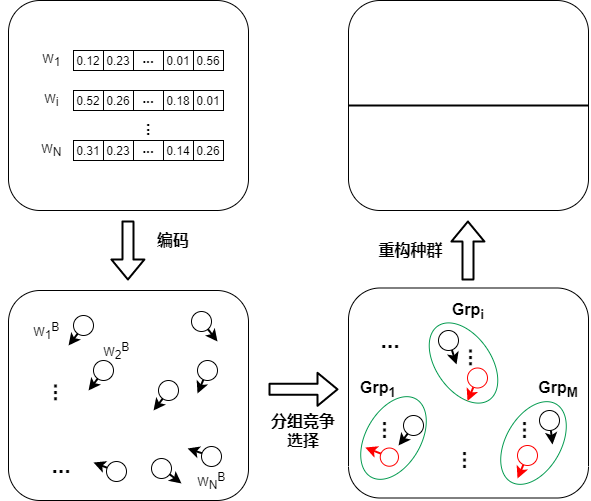
The draw.io diagram Untitled Diagram.png in Pcyslist/MY_EA-LSTM, before a commit. Source tidied: cells renumbered, new cells last; positions are measured from the earlier drawing's top-left corner, leaving out a move shared by most shapes.
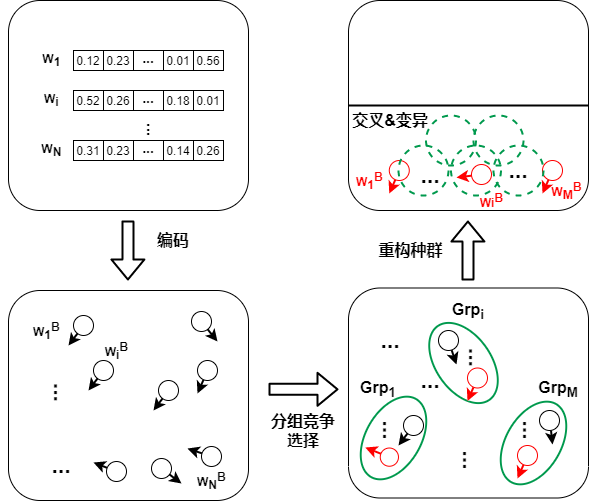
Later version of the same file.

Change to the diagram source:
```diff
@@ -68,13 +68,13 @@
     <mxCell id="23" value="&lt;b&gt;&lt;font style=&quot;font-size: 16px&quot;&gt;...&lt;/font&gt;&lt;/b&gt;" style="text;html=1;strokeColor=none;fillColor=none;align=center;verticalAlign=middle;whiteSpace=wrap;rounded=0;rotation=90;" parent="4" vertex="1">
       <mxGeometry x="100" y="70" width="40" height="20" as="geometry" />
     </mxCell>
-    <mxCell id="24" value="W&lt;sub&gt;1&lt;/sub&gt;&amp;nbsp;" style="text;html=1;strokeColor=none;fillColor=none;align=center;verticalAlign=middle;whiteSpace=wrap;rounded=0;" parent="4" vertex="1">
+    <mxCell id="24" value="&lt;b&gt;W&lt;sub&gt;1&lt;/sub&gt;&amp;nbsp;&lt;/b&gt;" style="text;html=1;strokeColor=none;fillColor=none;align=center;verticalAlign=middle;whiteSpace=wrap;rounded=0;" parent="4" vertex="1">
       <mxGeometry width="40" height="20" as="geometry" />
     </mxCell>
-    <mxCell id="25" value="W&lt;sub&gt;N&lt;/sub&gt;&amp;nbsp;" style="text;html=1;strokeColor=none;fillColor=none;align=center;verticalAlign=middle;whiteSpace=wrap;rounded=0;" parent="4" vertex="1">
+    <mxCell id="25" value="&lt;b&gt;W&lt;sub&gt;N&lt;/sub&gt;&amp;nbsp;&lt;/b&gt;" style="text;html=1;strokeColor=none;fillColor=none;align=center;verticalAlign=middle;whiteSpace=wrap;rounded=0;" parent="4" vertex="1">
       <mxGeometry y="90" width="40" height="20" as="geometry" />
     </mxCell>
-    <mxCell id="26" value="W&lt;sub&gt;i&lt;/sub&gt;&amp;nbsp;" style="text;html=1;strokeColor=none;fillColor=none;align=center;verticalAlign=middle;whiteSpace=wrap;rounded=0;" parent="4" vertex="1">
+    <mxCell id="26" value="&lt;b&gt;W&lt;sub&gt;i&lt;/sub&gt;&amp;nbsp;&lt;/b&gt;" style="text;html=1;strokeColor=none;fillColor=none;align=center;verticalAlign=middle;whiteSpace=wrap;rounded=0;" parent="4" vertex="1">
       <mxGeometry y="40" width="40" height="20" as="geometry" />
     </mxCell>
     <mxCell id="27" value="&lt;span style=&quot;font-size: 16px&quot;&gt;&lt;b&gt;编码&lt;/b&gt;&lt;/span&gt;" style="text;html=1;strokeColor=none;fillColor=none;align=center;verticalAlign=middle;whiteSpace=wrap;rounded=0;" parent="1" vertex="1">
@@ -166,13 +166,13 @@
     <mxCell id="51" value="&lt;font style=&quot;font-size: 16px&quot;&gt;&lt;b style=&quot;font-size: 23px&quot;&gt;...&lt;/b&gt;&lt;/font&gt;" style="text;html=1;strokeColor=none;fillColor=none;align=center;verticalAlign=middle;whiteSpace=wrap;rounded=0;rotation=-90;" parent="1" vertex="1">
       <mxGeometry x="20" y="345" width="40" height="95" as="geometry" />
     </mxCell>
-    <mxCell id="52" value="W&lt;sub&gt;1&lt;/sub&gt;&lt;sup&gt;B&lt;/sup&gt;&amp;nbsp;" style="text;html=1;strokeColor=none;fillColor=none;align=center;verticalAlign=middle;whiteSpace=wrap;rounded=0;" parent="1" vertex="1">
+    <mxCell id="52" value="&lt;b&gt;W&lt;sub&gt;1&lt;/sub&gt;&lt;sup&gt;B&lt;/sup&gt;&amp;nbsp;&lt;/b&gt;" style="text;html=1;strokeColor=none;fillColor=none;align=center;verticalAlign=middle;whiteSpace=wrap;rounded=0;" parent="1" vertex="1">
       <mxGeometry x="20" y="320" width="40" height="20" as="geometry" />
     </mxCell>
-    <mxCell id="53" value="W&lt;sub&gt;2&lt;/sub&gt;&lt;sup&gt;B&lt;/sup&gt;&amp;nbsp;" style="text;html=1;strokeColor=none;fillColor=none;align=center;verticalAlign=middle;whiteSpace=wrap;rounded=0;" parent="1" vertex="1">
+    <mxCell id="53" value="&lt;b&gt;W&lt;sub&gt;i&lt;/sub&gt;&lt;sup&gt;B&lt;/sup&gt;&amp;nbsp;&lt;/b&gt;" style="text;html=1;strokeColor=none;fillColor=none;align=center;verticalAlign=middle;whiteSpace=wrap;rounded=0;" parent="1" vertex="1">
       <mxGeometry x="90" y="340" width="40" height="20" as="geometry" />
     </mxCell>
-    <mxCell id="54" value="W&lt;sub&gt;N&lt;/sub&gt;&lt;sup&gt;B&lt;/sup&gt;&amp;nbsp;" style="text;html=1;strokeColor=none;fillColor=none;align=center;verticalAlign=middle;whiteSpace=wrap;rounded=0;" parent="1" vertex="1">
+    <mxCell id="54" value="&lt;b&gt;W&lt;sub&gt;N&lt;/sub&gt;&lt;sup&gt;B&lt;/sup&gt;&amp;nbsp;&lt;/b&gt;" style="text;html=1;strokeColor=none;fillColor=none;align=center;verticalAlign=middle;whiteSpace=wrap;rounded=0;" parent="1" vertex="1">
       <mxGeometry x="185" y="470" width="40" height="20" as="geometry" />
     </mxCell>
     <mxCell id="55" style="shape=flexArrow;endArrow=classic;html=1;strokeWidth=2;" parent="1" edge="1">
@@ -184,13 +184,13 @@
     <mxCell id="56" value="&lt;font style=&quot;font-size: 16px&quot;&gt;&lt;b&gt;分组竞争选择&lt;/b&gt;&lt;/font&gt;" style="text;html=1;strokeColor=none;fillColor=none;align=center;verticalAlign=middle;whiteSpace=wrap;rounded=0;" parent="1" vertex="1">
       <mxGeometry x="260" y="420" width="70" height="20" as="geometry" />
     </mxCell>
-    <mxCell id="57" style="ellipse;whiteSpace=wrap;html=1;rotation=-60;strokeColor=#00994D;" parent="1" vertex="1">
+    <mxCell id="57" style="ellipse;whiteSpace=wrap;html=1;rotation=-60;strokeColor=#00994D;strokeWidth=2;" parent="1" vertex="1">
       <mxGeometry x="340" y="410" width="90" height="55" as="geometry" />
     </mxCell>
-    <mxCell id="58" style="ellipse;whiteSpace=wrap;html=1;rotation=-125;strokeColor=#00994D;" parent="1" vertex="1">
+    <mxCell id="58" style="ellipse;whiteSpace=wrap;html=1;rotation=-125;strokeColor=#00994D;strokeWidth=2;" parent="1" vertex="1">
       <mxGeometry x="410" y="335" width="90" height="55" as="geometry" />
     </mxCell>
-    <mxCell id="59" style="ellipse;whiteSpace=wrap;html=1;rotation=-60;strokeColor=#00994D;" parent="1" vertex="1">
+    <mxCell id="59" style="ellipse;whiteSpace=wrap;html=1;rotation=-60;strokeColor=#00994D;strokeWidth=2;" parent="1" vertex="1">
       <mxGeometry x="480" y="415" width="90" height="55" as="geometry" />
     </mxCell>
     <mxCell id="60" value="&lt;font style=&quot;font-size: 16px&quot;&gt;&lt;b&gt;Grp&lt;sub&gt;1&lt;/sub&gt;&lt;/b&gt;&lt;/font&gt;" style="text;html=1;strokeColor=none;fillColor=none;align=center;verticalAlign=middle;whiteSpace=wrap;rounded=0;" parent="1" vertex="1">
@@ -317,5 +317,74 @@
         <mxPoint x="580" y="105" as="targetPoint" />
       </mxGeometry>
     </mxCell>
+    <mxCell id="94" style="group;rotation=-15;labelBorderColor=none;noLabel=1;fontColor=none;" parent="1" vertex="1">
+      <mxGeometry x="376.8" y="160" width="25" height="30" as="geometry" />
+    </mxCell>
+    <mxCell id="95" style="edgeStyle=none;rounded=0;jettySize=auto;html=1;startArrow=none;startFill=0;strokeWidth=2;strokeColor=#FF0000;" parent="94" edge="1" source="96">
+      <mxGeometry relative="1" as="geometry">
+        <mxPoint x="4" y="33" as="targetPoint" />
+      </mxGeometry>
+    </mxCell>
+    <mxCell id="96" style="ellipse;whiteSpace=wrap;html=1;rotation=-15;strokeColor=#FF0000;" parent="94" vertex="1">
+      <mxGeometry x="4" width="20" height="20" as="geometry" />
+    </mxCell>
+    <mxCell id="97" style="group;rotation=-15;fillColor=#ffffff;" parent="1" vertex="1">
+      <mxGeometry x="530" y="160" width="25" height="30" as="geometry" />
+    </mxCell>
+    <mxCell id="98" style="edgeStyle=none;rounded=0;jettySize=auto;html=1;startArrow=none;startFill=0;strokeWidth=2;strokeColor=#FF0000;" parent="97" edge="1" source="99">
+      <mxGeometry relative="1" as="geometry">
+        <mxPoint x="4" y="33" as="targetPoint" />
+      </mxGeometry>
+    </mxCell>
+    <mxCell id="99" style="ellipse;whiteSpace=wrap;html=1;rotation=-15;strokeColor=#FF0000;" parent="97" vertex="1">
+      <mxGeometry x="4" width="20" height="20" as="geometry" />
+    </mxCell>
+    <mxCell id="100" style="group;rotation=45;fillColor=#ffffff;" parent="1" vertex="1">
+      <mxGeometry x="455" y="160" width="25" height="30" as="geometry" />
+    </mxCell>
+    <mxCell id="101" style="edgeStyle=none;rounded=0;jettySize=auto;html=1;startArrow=none;startFill=0;strokeWidth=2;strokeColor=#FF0000;" parent="100" edge="1" source="102">
+      <mxGeometry relative="1" as="geometry">
+        <mxPoint x="-7" y="17" as="targetPoint" />
+      </mxGeometry>
+    </mxCell>
+    <mxCell id="102" style="ellipse;whiteSpace=wrap;html=1;rotation=45;strokeColor=#FF0000;" parent="100" vertex="1">
+      <mxGeometry x="8" y="4" width="20" height="20" as="geometry" />
+    </mxCell>
+    <mxCell id="103" value="&lt;b&gt;&lt;font color=&quot;#ff0000&quot;&gt;W&lt;sub&gt;1&lt;/sub&gt;&lt;sup&gt;B&lt;/sup&gt;&amp;nbsp;&lt;/font&gt;&lt;/b&gt;" style="text;html=1;strokeColor=none;fillColor=none;align=center;verticalAlign=middle;whiteSpace=wrap;rounded=0;" parent="1" vertex="1">
+      <mxGeometry x="342.5" y="170" width="40" height="20" as="geometry" />
+    </mxCell>
+    <mxCell id="104" value="&lt;b&gt;&lt;font color=&quot;#ff0000&quot;&gt;Wi&lt;sup&gt;B&lt;/sup&gt;&amp;nbsp;&lt;/font&gt;&lt;/b&gt;" style="text;html=1;strokeColor=none;fillColor=none;align=center;verticalAlign=middle;whiteSpace=wrap;rounded=0;" parent="1" vertex="1">
+      <mxGeometry x="465" y="190" width="40" height="20" as="geometry" />
+    </mxCell>
+    <mxCell id="105" value="&lt;b&gt;&lt;font color=&quot;#ff0000&quot;&gt;W&lt;sub&gt;M&lt;/sub&gt;&lt;sup&gt;B&lt;/sup&gt;&amp;nbsp;&lt;/font&gt;&lt;/b&gt;" style="text;html=1;strokeColor=none;fillColor=none;align=center;verticalAlign=middle;whiteSpace=wrap;rounded=0;" parent="1" vertex="1">
+      <mxGeometry x="540" y="180" width="40" height="20" as="geometry" />
+    </mxCell>
+    <mxCell id="106" value="&lt;font style=&quot;font-size: 16px&quot;&gt;&lt;b style=&quot;font-size: 23px&quot;&gt;...&lt;/b&gt;&lt;/font&gt;" style="text;html=1;strokeColor=none;fillColor=none;align=center;verticalAlign=middle;whiteSpace=wrap;rounded=0;" parent="1" vertex="1">
+      <mxGeometry x="401.8" y="165" width="40" height="20" as="geometry" />
+    </mxCell>
+    <mxCell id="107" value="&lt;font style=&quot;font-size: 16px&quot;&gt;&lt;b style=&quot;font-size: 23px&quot;&gt;...&lt;/b&gt;&lt;/font&gt;" style="text;html=1;strokeColor=none;fillColor=none;align=center;verticalAlign=middle;whiteSpace=wrap;rounded=0;" parent="1" vertex="1">
+      <mxGeometry x="490" y="160" width="40" height="20" as="geometry" />
+    </mxCell>
+    <mxCell id="108" style="ellipse;whiteSpace=wrap;html=1;labelBackgroundColor=#9933FF;fontColor=#000000;fillColor=none;dashed=1;strokeColor=#00994D;strokeWidth=2;" parent="1" vertex="1">
+      <mxGeometry x="390" y="145" width="50" height="50" as="geometry" />
+    </mxCell>
+    <mxCell id="109" value="&lt;font style=&quot;font-size: 16px&quot;&gt;&lt;b style=&quot;font-size: 23px&quot;&gt;...&lt;/b&gt;&lt;/font&gt;" style="text;html=1;strokeColor=none;fillColor=none;align=center;verticalAlign=middle;whiteSpace=wrap;rounded=0;" parent="1" vertex="1">
+      <mxGeometry x="401.8" y="370" width="40" height="20" as="geometry" />
+    </mxCell>
+    <mxCell id="110" style="ellipse;whiteSpace=wrap;html=1;labelBackgroundColor=#9933FF;fontColor=#000000;fillColor=none;dashed=1;strokeColor=#00994D;strokeWidth=2;" parent="1" vertex="1">
+      <mxGeometry x="485" y="145" width="50" height="50" as="geometry" />
+    </mxCell>
+    <mxCell id="111" style="ellipse;whiteSpace=wrap;html=1;labelBackgroundColor=#9933FF;fontColor=#000000;fillColor=none;dashed=1;strokeColor=#00994D;strokeWidth=2;" parent="1" vertex="1">
+      <mxGeometry x="442.5" y="145" width="50" height="50" as="geometry" />
+    </mxCell>
+    <mxCell id="112" style="ellipse;whiteSpace=wrap;html=1;labelBackgroundColor=#9933FF;fontColor=#000000;fillColor=none;dashed=1;strokeColor=#00994D;strokeWidth=2;" parent="1" vertex="1">
+      <mxGeometry x="417.5" y="115" width="50" height="50" as="geometry" />
+    </mxCell>
+    <mxCell id="113" style="ellipse;whiteSpace=wrap;html=1;labelBackgroundColor=#9933FF;fontColor=#000000;fillColor=none;dashed=1;strokeColor=#00994D;strokeWidth=2;" parent="1" vertex="1">
+      <mxGeometry x="465" y="115" width="50" height="50" as="geometry" />
+    </mxCell>
+    <mxCell id="114" value="&lt;span style=&quot;font-size: 16px&quot;&gt;&lt;b&gt;交叉&amp;amp;变异&lt;/b&gt;&lt;/span&gt;" style="text;html=1;strokeColor=none;fillColor=none;align=center;verticalAlign=middle;whiteSpace=wrap;rounded=0;" parent="1" vertex="1">
+      <mxGeometry x="336.8" y="110" width="90" height="20" as="geometry" />
+    </mxCell>
   </root>
 </mxGraphModel>
```
